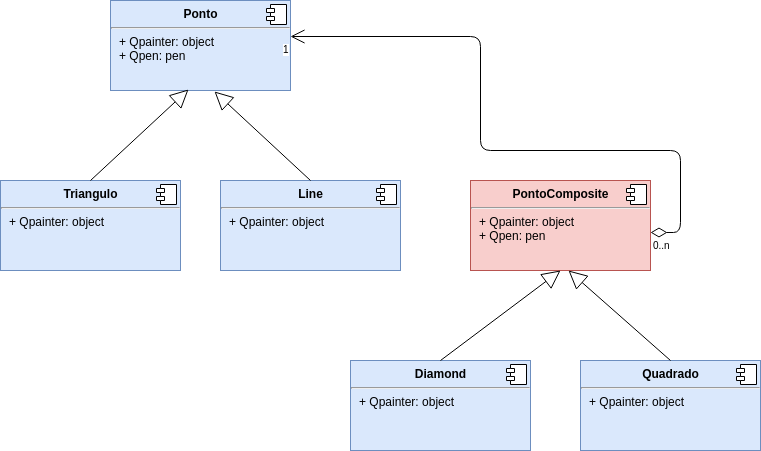
jhonatheberson/-project-patterns keeps this draw.io diagram as composite/UML Composite.png. Above is the earlier version. Source tidied: cells renumbered, new cells last; positions are measured from the earlier drawing's top-left corner, leaving out a move shared by most shapes.
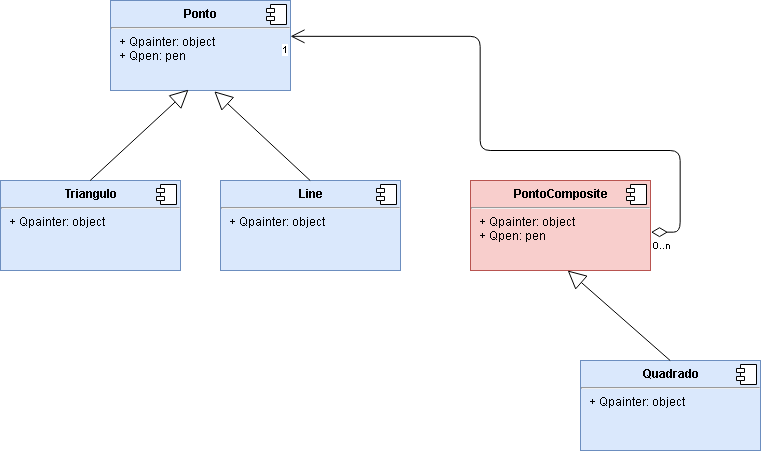
After the change.

Diff of the diagram source:
```diff
@@ -34,14 +34,6 @@
         <mxPoint x="-24" y="4" as="offset" />
       </mxGeometry>
     </mxCell>
-    <mxCell id="10" value="&lt;p style=&quot;margin: 0px ; margin-top: 6px ; text-align: center&quot;&gt;&lt;b&gt;Diamond&lt;/b&gt;&lt;/p&gt;&lt;hr&gt;&lt;p style=&quot;margin: 0px ; margin-left: 8px&quot;&gt;+ Qpainter: object&lt;br&gt;&lt;/p&gt;" style="align=left;overflow=fill;html=1;fillColor=#dae8fc;strokeColor=#6c8ebf;" parent="1" vertex="1">
-      <mxGeometry x="350" y="360" width="180" height="90" as="geometry" />
-    </mxCell>
-    <mxCell id="11" style="shape=component;jettyWidth=8;jettyHeight=4;" parent="10" vertex="1">
-      <mxGeometry x="1" width="20" height="20" relative="1" as="geometry">
-        <mxPoint x="-24" y="4" as="offset" />
-      </mxGeometry>
-    </mxCell>
     <mxCell id="12" style="endArrow=block;endSize=16;endFill=0;html=1;entryX=0.433;entryY=0.993;entryDx=0;entryDy=0;entryPerimeter=0;exitX=0.5;exitY=0;exitDx=0;exitDy=0;" parent="1" edge="1" source="6" target="2">
       <mxGeometry relative="1" as="geometry" />
     </mxCell>
@@ -64,9 +56,6 @@
     <mxCell id="16" value="1" style="html=1;align=right;verticalAlign=top;labelBackgroundColor=#ffffff;fontSize=10;" parent="14" vertex="1">
       <mxGeometry x="1" relative="1" as="geometry" />
     </mxCell>
-    <mxCell id="17" style="endArrow=block;endSize=16;endFill=0;html=1;entryX=0.5;entryY=1;entryDx=0;entryDy=0;exitX=0.5;exitY=0;exitDx=0;exitDy=0;" parent="1" edge="1" source="10" target="8">
-      <mxGeometry relative="1" as="geometry" />
-    </mxCell>
     <mxCell id="18" value="&lt;p style=&quot;margin: 0px ; margin-top: 6px ; text-align: center&quot;&gt;&lt;b&gt;Quadrado&lt;/b&gt;&lt;/p&gt;&lt;hr&gt;&lt;p style=&quot;margin: 0px ; margin-left: 8px&quot;&gt;+ Qpainter: object&lt;br&gt;&lt;/p&gt;" style="align=left;overflow=fill;html=1;fillColor=#dae8fc;strokeColor=#6c8ebf;" parent="1" vertex="1">
       <mxGeometry x="580" y="360" width="180" height="90" as="geometry" />
     </mxCell>
```
